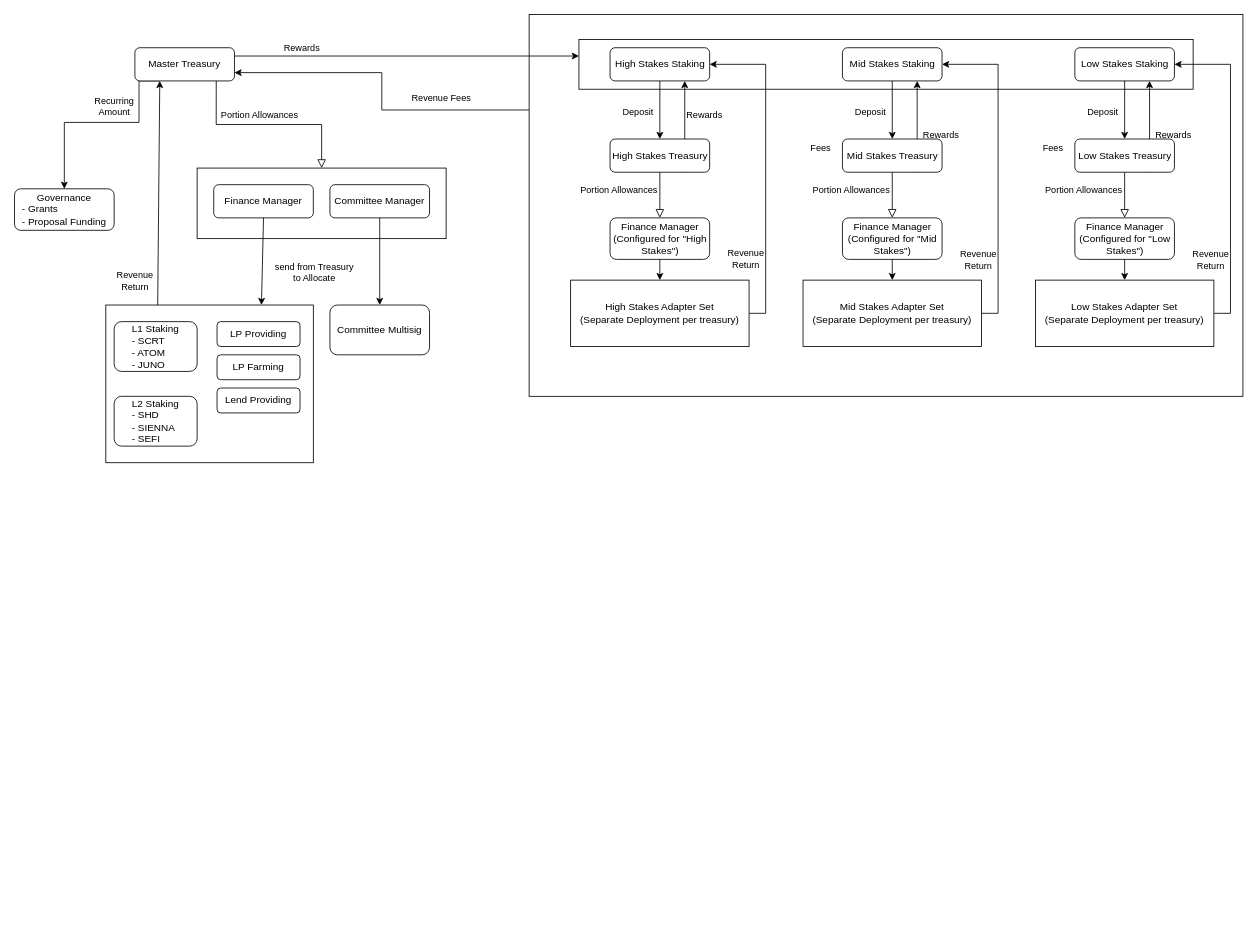
This is dao.drawio from securesecrets/shade, a draw.io file, before an edit. Source tidied: cells renumbered, new cells numbered last; positions are measured from the earlier drawing's top-left corner, leaving out a move shared by most shapes. Both pictures are drawn from the tidied source at 83%, with x=0, y=0 at pixel (14, 14).
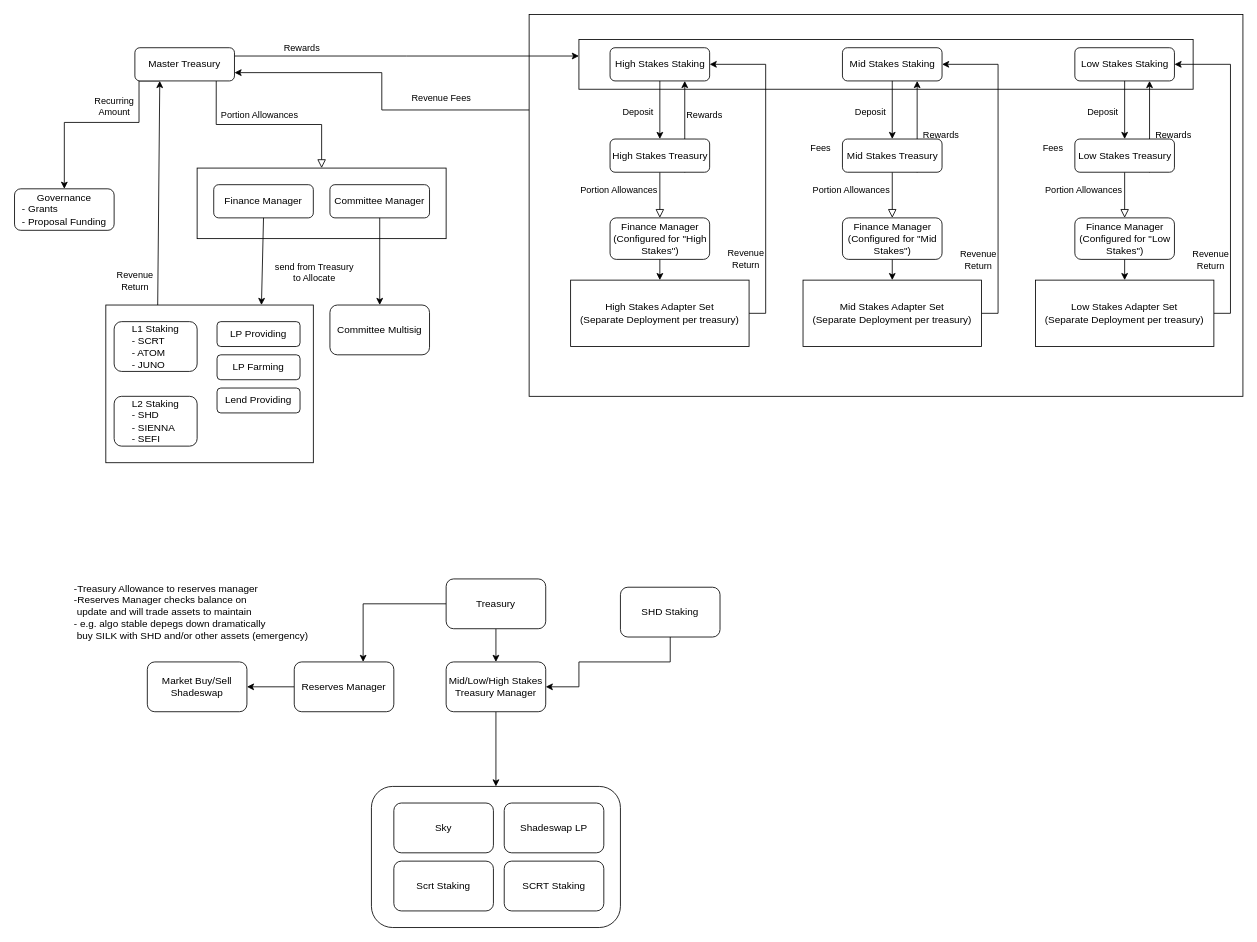
Above is the later version.

Change to the diagram source:
```diff
@@
+    <mxCell id="70" style="rounded=1;whiteSpace=wrap;html=1;" parent="1" vertex="1">
+      <mxGeometry x="430" y="930" width="300" height="170" as="geometry" />
+    </mxCell>
@@
+    <mxCell id="71" style="edgeStyle=orthogonalEdgeStyle;rounded=0;jettySize=auto;html=1;" parent="1" edge="1" source="73" target="75">
+      <mxGeometry relative="1" as="geometry" />
+    </mxCell>
+    <mxCell id="72" style="edgeStyle=orthogonalEdgeStyle;rounded=0;jettySize=auto;html=1;" parent="1" edge="1" source="73" target="77">
+      <mxGeometry relative="1" as="geometry">
+        <Array as="points">
+          <mxPoint x="420" y="710" />
+        </Array>
+      </mxGeometry>
+    </mxCell>
+    <mxCell id="73" value="Treasury" style="rounded=1;whiteSpace=wrap;html=1;" parent="1" vertex="1">
+      <mxGeometry x="520" y="680" width="120" height="60" as="geometry" />
+    </mxCell>
+    <mxCell id="74" style="edgeStyle=orthogonalEdgeStyle;rounded=0;jettySize=auto;html=1;entryX=0.5;entryY=0;entryDx=0;entryDy=0;" parent="1" edge="1" source="75" target="70">
+      <mxGeometry relative="1" as="geometry" />
+    </mxCell>
+    <mxCell id="75" value="Mid/Low/High Stakes&lt;br&gt;Treasury Manager" style="rounded=1;whiteSpace=wrap;html=1;" parent="1" vertex="1">
+      <mxGeometry x="520" y="780" width="120" height="60" as="geometry" />
+    </mxCell>
+    <mxCell id="76" style="edgeStyle=orthogonalEdgeStyle;rounded=0;jettySize=auto;html=1;entryX=1;entryY=0.5;entryDx=0;entryDy=0;" parent="1" edge="1" source="77" target="84">
+      <mxGeometry relative="1" as="geometry" />
+    </mxCell>
+    <mxCell id="77" value="Reserves Manager" style="rounded=1;whiteSpace=wrap;html=1;" parent="1" vertex="1">
+      <mxGeometry x="337" y="780" width="120" height="60" as="geometry" />
+    </mxCell>
+    <mxCell id="78" value="Sky" style="rounded=1;whiteSpace=wrap;html=1;" parent="1" vertex="1">
+      <mxGeometry x="457" y="950" width="120" height="60" as="geometry" />
+    </mxCell>
+    <mxCell id="79" value="Shadeswap LP" style="rounded=1;whiteSpace=wrap;html=1;" parent="1" vertex="1">
+      <mxGeometry x="590" y="950" width="120" height="60" as="geometry" />
+    </mxCell>
+    <mxCell id="80" style="edgeStyle=orthogonalEdgeStyle;rounded=0;jettySize=auto;html=1;exitX=0.5;exitY=1;exitDx=0;exitDy=0;" parent="1" edge="1" source="81" target="75">
+      <mxGeometry relative="1" as="geometry">
+        <Array as="points">
+          <mxPoint x="790" y="780" />
+          <mxPoint x="680" y="780" />
+          <mxPoint x="680" y="810" />
+        </Array>
+      </mxGeometry>
+    </mxCell>
+    <mxCell id="81" value="SHD Staking" style="rounded=1;whiteSpace=wrap;html=1;" parent="1" vertex="1">
+      <mxGeometry x="730" y="690" width="120" height="60" as="geometry" />
+    </mxCell>
+    <mxCell id="82" value="Scrt Staking" style="rounded=1;whiteSpace=wrap;html=1;" parent="1" vertex="1">
+      <mxGeometry x="457" y="1020" width="120" height="60" as="geometry" />
+    </mxCell>
+    <mxCell id="83" value="SCRT Staking" style="rounded=1;whiteSpace=wrap;html=1;" parent="1" vertex="1">
+      <mxGeometry x="590" y="1020" width="120" height="60" as="geometry" />
+    </mxCell>
+    <mxCell id="84" value="Market Buy/Sell Shadeswap" style="rounded=1;whiteSpace=wrap;html=1;" parent="1" vertex="1">
+      <mxGeometry x="160" y="780" width="120" height="60" as="geometry" />
+    </mxCell>
+    <mxCell id="85" value="&lt;div style=&quot;&quot;&gt;&lt;span style=&quot;background-color: initial;&quot;&gt;-Treasury Allowance to reserves manager&lt;/span&gt;&lt;/div&gt;&lt;div style=&quot;&quot;&gt;&lt;span style=&quot;background-color: initial;&quot;&gt;-Reserves Manager checks balance on&amp;nbsp;&lt;/span&gt;&lt;/div&gt;&lt;div style=&quot;&quot;&gt;&lt;span style=&quot;background-color: initial;&quot;&gt;&lt;span style=&quot;white-space: pre;&quot;&gt; &lt;/span&gt;update and will trade assets to maintain&lt;/span&gt;&lt;/div&gt;&lt;div style=&quot;&quot;&gt;&lt;span style=&quot;background-color: initial;&quot;&gt;- e.g. algo stable depegs down dramatically&lt;/span&gt;&lt;/div&gt;&lt;div style=&quot;&quot;&gt;&lt;span style=&quot;background-color: initial;&quot;&gt;&lt;span style=&quot;white-space: pre;&quot;&gt; &lt;/span&gt;buy SILK with SHD and/or other assets (emergency)&lt;/span&gt;&lt;/div&gt;" style="text;html=1;align=left;verticalAlign=middle;strokeColor=none;fillColor=none;" parent="1" vertex="1">
+      <mxGeometry x="70" y="680" width="320" height="80" as="geometry" />
+    </mxCell>
```
